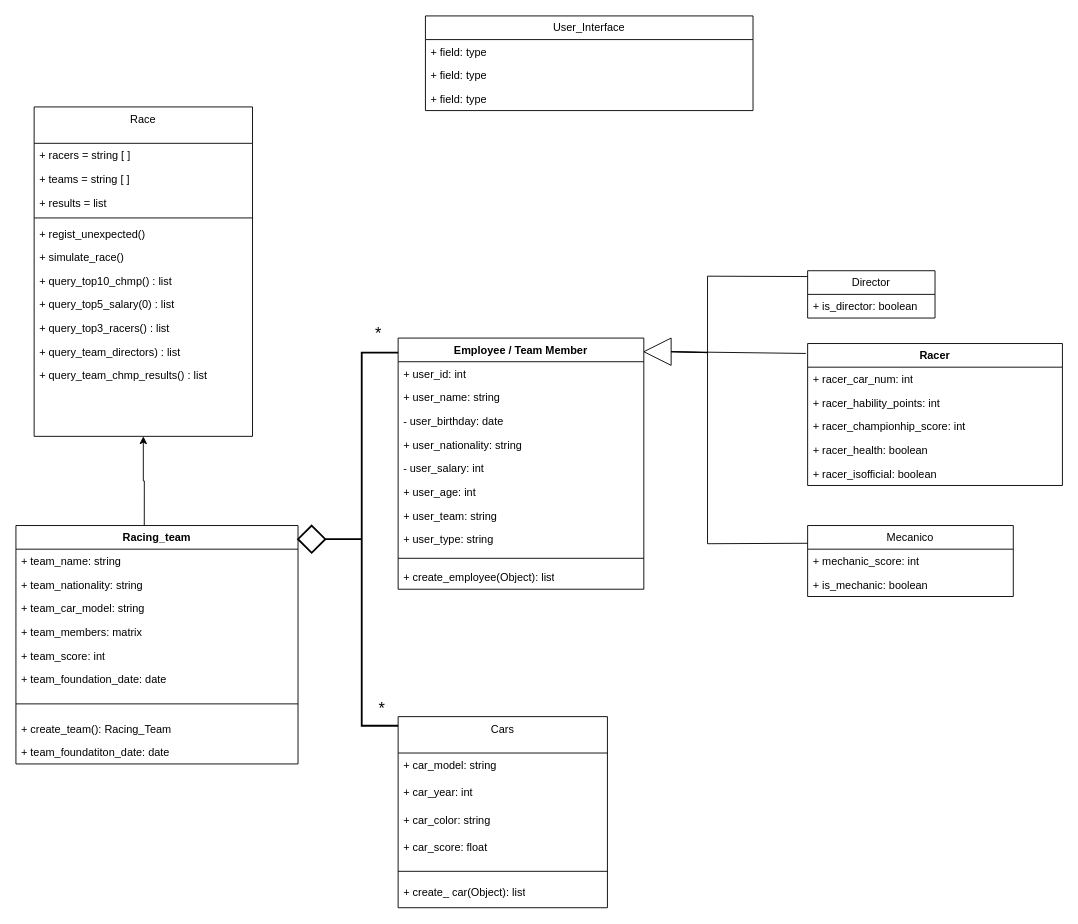
The draw.io diagram obligatorio_p1_diagrama.drawio in umjuan/obligatorio-p1-2023, before the edit. Source tidied: cells renumbered, new cells numbered last; positions are measured from the earlier drawing's top-left corner, leaving out a move shared by most shapes. Both pictures are drawn from the tidied source at 91%, with x=0, y=0 at pixel (15, 15).
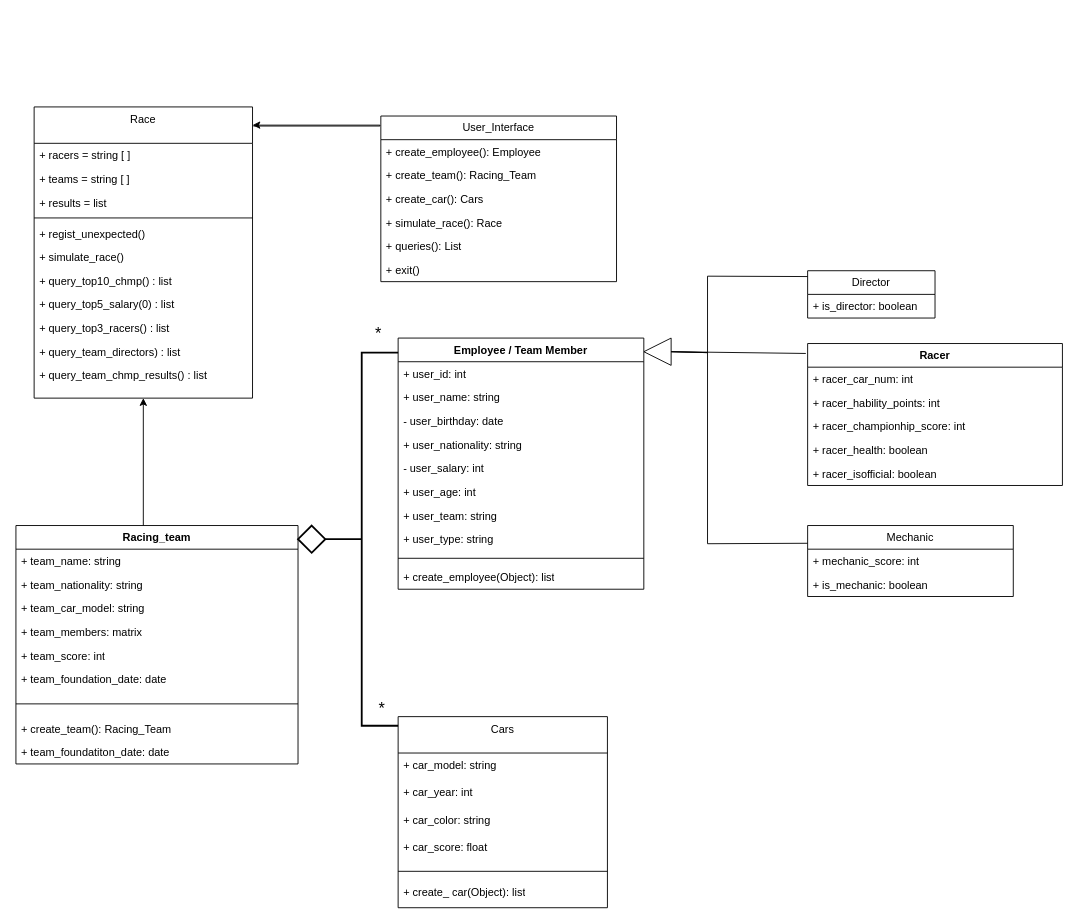
The same page after the edit.

Commit message:
Changes UML classes

The change refers to these unchanged cells:
```xml
<mxCell id="36" value="Racing_team" style="swimlane;fontStyle=1;align=center;verticalAlign=top;horizontal=1;startSize=26;whiteSpace=wrap;html=1;" parent="1" vertex="1">
  <mxGeometry y="560" width="310" height="262" as="geometry" />
</mxCell>
```

The edit, as a diff of the source:
```diff
@@
     <mxCell id="9" style="edgeStyle=orthogonalEdgeStyle;rounded=0;jettySize=auto;html=1;exitX=0.455;exitY=0.003;exitDx=0;exitDy=0;exitPerimeter=0;" parent="1" edge="1" source="36" target="48">
-      <mxGeometry relative="1" as="geometry" />
+      <mxGeometry relative="1" as="geometry">
+        <Array as="points">
+          <mxPoint x="140" y="561" />
+        </Array>
+      </mxGeometry>
     </mxCell>
@@
-    <mxCell id="12" value="Mecanico" style="swimlane;fontStyle=0;horizontal=1;startSize=26;fillColor=none;whiteSpace=wrap;html=1;" parent="1" vertex="1">
+    <mxCell id="12" value="Mechanic" style="swimlane;fontStyle=0;horizontal=1;startSize=26;fillColor=none;whiteSpace=wrap;html=1;" parent="1" vertex="1">
       <mxGeometry x="870" y="560" width="226" height="78" as="geometry" />
     </mxCell>
@@
     <mxCell id="48" value="Race" style="swimlane;fontStyle=0;align=center;verticalAlign=top;horizontal=1;startSize=40;rounded=0;shadow=0;strokeWidth=1;" parent="1" vertex="1">
-      <mxGeometry x="20" y="100" width="240" height="362" as="geometry" />
+      <mxGeometry x="20" y="100" width="240" height="320" as="geometry" />
     </mxCell>
@@
     <mxCell id="62" value="User_Interface" style="swimlane;fontStyle=0;horizontal=1;startSize=26;fillColor=none;whiteSpace=wrap;html=1;" parent="1" vertex="1">
-      <mxGeometry x="450" width="360" height="104" as="geometry" />
+      <mxGeometry x="401" y="110" width="259" height="182" as="geometry" />
     </mxCell>
-    <mxCell id="63" value="+ field: type" style="text;strokeColor=none;fillColor=none;align=left;verticalAlign=top;spacingLeft=4;spacingRight=4;overflow=hidden;whiteSpace=wrap;html=1;" parent="62" vertex="1">
-      <mxGeometry y="26" width="360" height="26" as="geometry" />
+    <mxCell id="63" value="+ create_employee(): Employee" style="text;strokeColor=none;fillColor=none;align=left;verticalAlign=top;spacingLeft=4;spacingRight=4;overflow=hidden;whiteSpace=wrap;html=1;" parent="62" vertex="1">
+      <mxGeometry y="26" width="259" height="26" as="geometry" />
     </mxCell>
-    <mxCell id="64" value="+ field: type" style="text;strokeColor=none;fillColor=none;align=left;verticalAlign=top;spacingLeft=4;spacingRight=4;overflow=hidden;whiteSpace=wrap;html=1;" parent="62" vertex="1">
-      <mxGeometry y="52" width="360" height="26" as="geometry" />
+    <mxCell id="64" value="+ create_team(): Racing_Team" style="text;strokeColor=none;fillColor=none;align=left;verticalAlign=top;spacingLeft=4;spacingRight=4;overflow=hidden;whiteSpace=wrap;html=1;" parent="62" vertex="1">
+      <mxGeometry y="52" width="259" height="26" as="geometry" />
     </mxCell>
-    <mxCell id="65" value="+ field: type" style="text;strokeColor=none;fillColor=none;align=left;verticalAlign=top;spacingLeft=4;spacingRight=4;overflow=hidden;whiteSpace=wrap;html=1;" parent="62" vertex="1">
-      <mxGeometry y="78" width="360" height="26" as="geometry" />
+    <mxCell id="65" value="+ create_car(): Cars" style="text;strokeColor=none;fillColor=none;align=left;verticalAlign=top;spacingLeft=4;spacingRight=4;overflow=hidden;whiteSpace=wrap;html=1;" parent="62" vertex="1">
+      <mxGeometry y="78" width="259" height="26" as="geometry" />
     </mxCell>
+    <mxCell id="66" value="+ simulate_race(): Race" style="text;strokeColor=none;fillColor=none;align=left;verticalAlign=top;spacingLeft=4;spacingRight=4;overflow=hidden;whiteSpace=wrap;html=1;" parent="62" vertex="1">
+      <mxGeometry y="104" width="259" height="26" as="geometry" />
+    </mxCell>
+    <mxCell id="67" value="+ queries(): List" style="text;strokeColor=none;fillColor=none;align=left;verticalAlign=top;spacingLeft=4;spacingRight=4;overflow=hidden;whiteSpace=wrap;html=1;" parent="62" vertex="1">
+      <mxGeometry y="130" width="259" height="26" as="geometry" />
+    </mxCell>
+    <mxCell id="68" value="+ exit()" style="text;strokeColor=none;fillColor=none;align=left;verticalAlign=top;spacingLeft=4;spacingRight=4;overflow=hidden;whiteSpace=wrap;html=1;" parent="62" vertex="1">
+      <mxGeometry y="156" width="259" height="26" as="geometry" />
+    </mxCell>
+    <mxCell id="69" style="edgeStyle=orthogonalEdgeStyle;rounded=0;orthogonalLoop=1;jettySize=auto;html=1;exitX=0.455;exitY=0.003;exitDx=0;exitDy=0;exitPerimeter=0;" parent="1" edge="1">
+      <mxGeometry relative="1" as="geometry">
+        <mxPoint x="261" y="121" as="sourcePoint" />
+        <mxPoint x="260" y="120" as="targetPoint" />
+        <Array as="points">
+          <mxPoint x="400" y="121" />
+          <mxPoint x="400" y="120" />
+        </Array>
+      </mxGeometry>
+    </mxCell>
```
